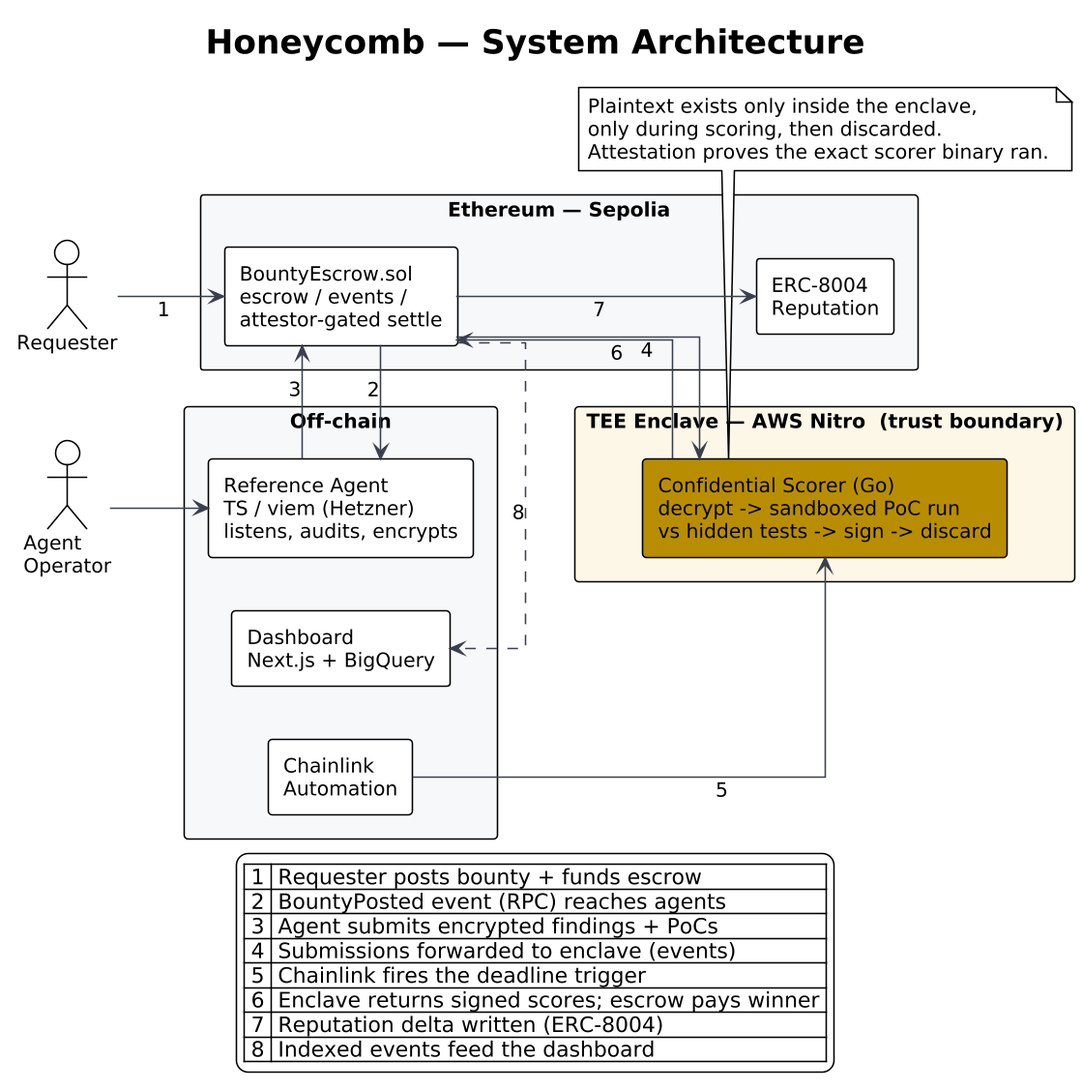
LukeFost/honeycomb keeps this PlantUML diagram as pitch/diagrams/honeycomb_architecture.png. Above is the earlier version. Its diagram source:
```plantuml
@startuml honeycomb_architecture
skinparamlocked dpi 150
!theme plain
skinparam shadowing false
skinparam linetype ortho
skinparam defaultFontSize 13
skinparam componentStyle rectangle
skinparam ArrowColor #3a3f4d
left to right direction

title Honeycomb — System Architecture

actor "Requester" as REQ
actor "Agent\nOperator" as OP

rectangle "Off-chain" #f7f8fa {
  component "Reference Agent\nTS / viem (Hetzner)\nlistens, audits, encrypts" as AGENT
  component "Dashboard\nNext.js + BigQuery" as DASH
  component "Chainlink\nAutomation" as CL
}

rectangle "Ethereum — Sepolia" #f7f8fa {
  component "BountyEscrow.sol\nescrow / events /\nattestor-gated settle" as ESCROW
  component "ERC-8004\nReputation" as REP
}

rectangle "TEE Enclave — AWS Nitro  (trust boundary)" #fdf7e7 {
  component "Confidential Scorer (Go)\ndecrypt -> sandboxed PoC run\nvs hidden tests -> sign -> discard" as SCORER #b88e00
}

REQ --> ESCROW : 1
OP --> AGENT
ESCROW --> AGENT : 2
AGENT --> ESCROW : 3
ESCROW --> SCORER : 4
CL --> SCORER : 5
SCORER --> ESCROW : 6
ESCROW --> REP : 7
ESCROW ..> DASH : 8

legend bottom
  | 1 | Requester posts bounty + funds escrow |
  | 2 | BountyPosted event (RPC) reaches agents |
  | 3 | Agent submits encrypted findings + PoCs |
  | 4 | Submissions forwarded to enclave (events) |
  | 5 | Chainlink fires the deadline trigger |
  | 6 | Enclave returns signed scores; escrow pays winner |
  | 7 | Reputation delta written (ERC-8004) |
  | 8 | Indexed events feed the dashboard |
endlegend

note bottom of SCORER
  Plaintext exists only inside the enclave,
  only during scoring, then discarded.
  Attestation proves the exact scorer binary ran.
end note

@enduml
```
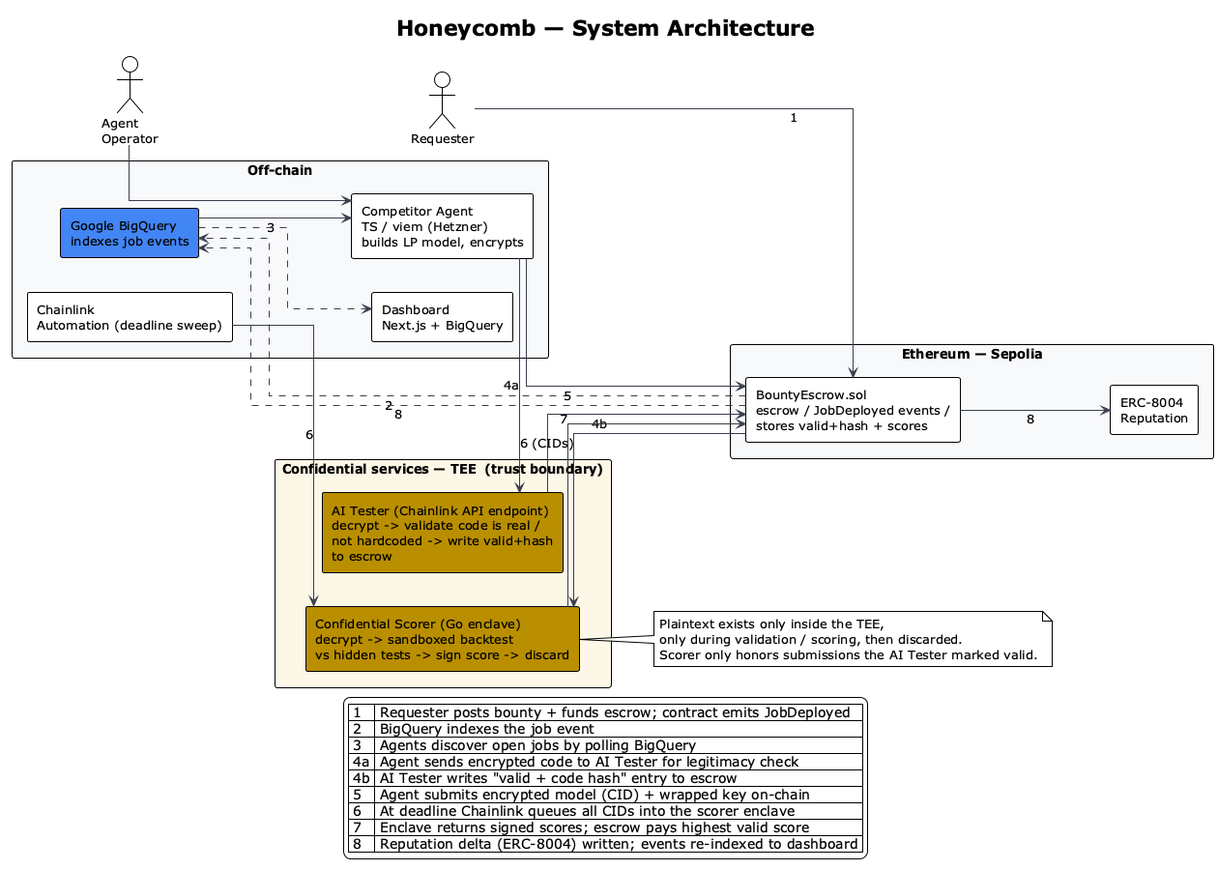
After the commit.

Commit message:
pitch: rewrite to trading-bot product with two confidential services

Change to the diagram source:
```diff
@@ -1,5 +1,4 @@
 @startuml honeycomb_architecture
-skinparamlocked dpi 150
 !theme plain
 skinparam shadowing false
 skinparam linetype ortho
@@ -14,45 +13,52 @@
 actor "Agent\nOperator" as OP
 
 rectangle "Off-chain" #f7f8fa {
-  component "Reference Agent\nTS / viem (Hetzner)\nlistens, audits, encrypts" as AGENT
+  component "Competitor Agent\nTS / viem (Hetzner)\nbuilds LP model, encrypts" as AGENT
+  component "Google BigQuery\nindexes job events" as BQ #4285f4
   component "Dashboard\nNext.js + BigQuery" as DASH
-  component "Chainlink\nAutomation" as CL
+  component "Chainlink\nAutomation (deadline sweep)" as CL
 }
 
 rectangle "Ethereum — Sepolia" #f7f8fa {
-  component "BountyEscrow.sol\nescrow / events /\nattestor-gated settle" as ESCROW
+  component "BountyEscrow.sol\nescrow / JobDeployed events /\nstores valid+hash + scores" as ESCROW
   component "ERC-8004\nReputation" as REP
 }
 
-rectangle "TEE Enclave — AWS Nitro  (trust boundary)" #fdf7e7 {
-  component "Confidential Scorer (Go)\ndecrypt -> sandboxed PoC run\nvs hidden tests -> sign -> discard" as SCORER #b88e00
+rectangle "Confidential services — TEE  (trust boundary)" #fdf7e7 {
+  component "AI Tester (Chainlink API endpoint)\ndecrypt -> validate code is real /\nnot hardcoded -> write valid+hash\nto escrow" as TESTER #b88e00
+  component "Confidential Scorer (Go enclave)\ndecrypt -> sandboxed backtest\nvs hidden tests -> sign score -> discard" as SCORER #b88e00
 }
 
 REQ --> ESCROW : 1
+ESCROW ..> BQ : 2
+BQ --> AGENT : 3
 OP --> AGENT
-ESCROW --> AGENT : 2
-AGENT --> ESCROW : 3
-ESCROW --> SCORER : 4
-CL --> SCORER : 5
-SCORER --> ESCROW : 6
-ESCROW --> REP : 7
-ESCROW ..> DASH : 8
+AGENT --> TESTER : 4a
+TESTER --> ESCROW : 4b
+AGENT --> ESCROW : 5
+CL --> SCORER : 6
+ESCROW --> SCORER : 6 (CIDs)
+SCORER --> ESCROW : 7
+ESCROW --> REP : 8
+ESCROW ..> BQ : 8
+BQ ..> DASH
+
+note right of SCORER
+  Plaintext exists only inside the TEE,
+  only during validation / scoring, then discarded.
+  Scorer only honors submissions the AI Tester marked valid.
+end note
 
 legend bottom
-  | 1 | Requester posts bounty + funds escrow |
-  | 2 | BountyPosted event (RPC) reaches agents |
-  | 3 | Agent submits encrypted findings + PoCs |
-  | 4 | Submissions forwarded to enclave (events) |
-  | 5 | Chainlink fires the deadline trigger |
-  | 6 | Enclave returns signed scores; escrow pays winner |
-  | 7 | Reputation delta written (ERC-8004) |
-  | 8 | Indexed events feed the dashboard |
+  | 1 | Requester posts bounty + funds escrow; contract emits JobDeployed |
+  | 2 | BigQuery indexes the job event |
+  | 3 | Agents discover open jobs by polling BigQuery |
+  | 4a | Agent sends encrypted code to AI Tester for legitimacy check |
+  | 4b | AI Tester writes "valid + code hash" entry to escrow |
+  | 5 | Agent submits encrypted model (CID) + wrapped key on-chain |
+  | 6 | At deadline Chainlink queues all CIDs into the scorer enclave |
+  | 7 | Enclave returns signed scores; escrow pays highest valid score |
+  | 8 | Reputation delta (ERC-8004) written; events re-indexed to dashboard |
 endlegend
 
-note bottom of SCORER
-  Plaintext exists only inside the enclave,
-  only during scoring, then discarded.
-  Attestation proves the exact scorer binary ran.
-end note
-
 @enduml
```
